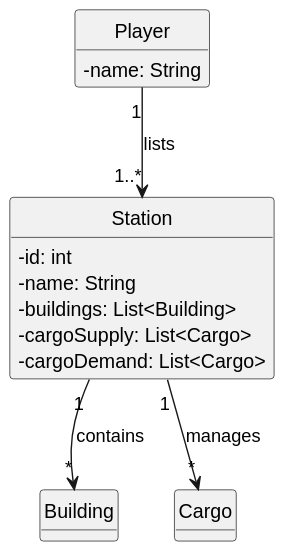
Earlier version of the PlantUML export docs/sprint1/us007/02.analysis/svg/us007-domain-model.svg (ivasduarte/all-aboard).
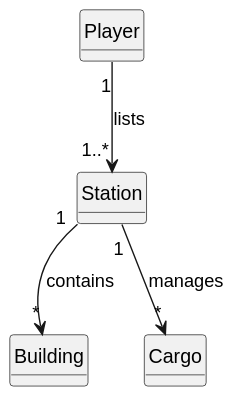
After the commit.

What changed in the source:
```diff
@@ -10,15 +10,11 @@
 hide methods
 
 class Player {
-  - name: String
+
 }
 
 class Station {
-  - id: int
-  - name: String
-  - buildings: List<Building>
-  - cargoSupply: List<Cargo>
-  - cargoDemand: List<Cargo>
+
 }
 
 Player "1" --> "1..*" Station : lists
```
